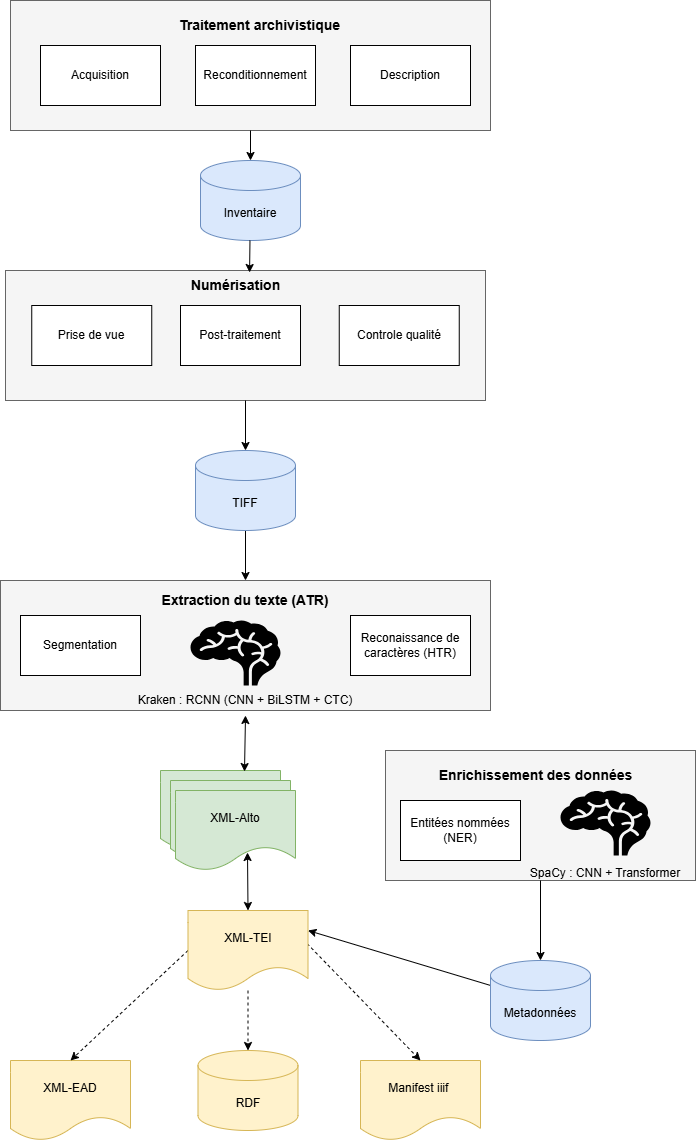
The draw.io diagram Processus/Processus.png in Raphix93/Projet_Frene, before a commit. Source tidied: cells renumbered, new cells last; positions are measured from the earlier drawing's top-left corner, leaving out a move shared by most shapes. Source of this version:
```xml
<mxGraphModel>
  <root>
    <mxCell id="0" />
    <mxCell id="1" parent="0" />
    <mxCell id="2" style="rounded=0;whiteSpace=wrap;html=1;fillColor=#f5f5f5;fontColor=#333333;strokeColor=#666666;" parent="1" vertex="1">
      <mxGeometry y="580" width="490" height="130" as="geometry" />
    </mxCell>
    <mxCell id="3" style="shape=document;whiteSpace=wrap;html=1;boundedLbl=1;fillColor=#d5e8d4;strokeColor=#82b366;" parent="1" vertex="1">
      <mxGeometry x="160" y="770" width="120" height="80" as="geometry" />
    </mxCell>
    <mxCell id="4" style="edgeStyle=none;html=1;exitX=0.5;exitY=1;exitDx=0;exitDy=0;exitPerimeter=0;entryX=0.5;entryY=0;entryDx=0;entryDy=0;" parent="1" edge="1" source="5" target="2">
      <mxGeometry relative="1" as="geometry" />
    </mxCell>
    <mxCell id="5" value="TIFF" style="shape=cylinder3;whiteSpace=wrap;html=1;boundedLbl=1;backgroundOutline=1;size=15;fillColor=#dae8fc;strokeColor=#6c8ebf;" parent="1" vertex="1">
      <mxGeometry x="195" y="450" width="100" height="80" as="geometry" />
    </mxCell>
    <mxCell id="6" value="Segmentation" style="rounded=0;whiteSpace=wrap;html=1;" parent="1" vertex="1">
      <mxGeometry x="20" y="615" width="120" height="60" as="geometry" />
    </mxCell>
    <mxCell id="7" value="Reconaissance de caractères (HTR)" style="rounded=0;whiteSpace=wrap;html=1;" parent="1" vertex="1">
      <mxGeometry x="350" y="615" width="120" height="60" as="geometry" />
    </mxCell>
    <mxCell id="8" style="shape=document;whiteSpace=wrap;html=1;boundedLbl=1;fillColor=#d5e8d4;strokeColor=#82b366;" parent="1" vertex="1">
      <mxGeometry x="170" y="780" width="120" height="80" as="geometry" />
    </mxCell>
    <mxCell id="9" value="XML-Alto" style="shape=document;whiteSpace=wrap;html=1;boundedLbl=1;fillColor=#d5e8d4;strokeColor=#82b366;" parent="1" vertex="1">
      <mxGeometry x="175" y="790" width="120" height="80" as="geometry" />
    </mxCell>
    <mxCell id="10" value="RDF" style="shape=cylinder3;whiteSpace=wrap;html=1;boundedLbl=1;backgroundOutline=1;size=15;fillColor=#fff2cc;strokeColor=#d6b656;" parent="1" vertex="1">
      <mxGeometry x="197.5" y="1050" width="100" height="80" as="geometry" />
    </mxCell>
    <mxCell id="11" value="XML-EAD" style="shape=document;whiteSpace=wrap;html=1;boundedLbl=1;fillColor=#fff2cc;strokeColor=#d6b656;" parent="1" vertex="1">
      <mxGeometry x="10" y="1060" width="120" height="80" as="geometry" />
    </mxCell>
    <mxCell id="12" value="Manifest iiif&amp;nbsp;" style="shape=document;whiteSpace=wrap;html=1;boundedLbl=1;fillColor=#fff2cc;strokeColor=#d6b656;" parent="1" vertex="1">
      <mxGeometry x="360" y="1060" width="120" height="80" as="geometry" />
    </mxCell>
    <mxCell id="13" value="&lt;b&gt;&lt;font style=&quot;font-size: 14px;&quot;&gt;Extraction du texte (ATR)&lt;/font&gt;&lt;/b&gt;" style="text;html=1;align=center;verticalAlign=middle;whiteSpace=wrap;rounded=0;" parent="1" vertex="1">
      <mxGeometry x="151.2" y="585" width="187.5" height="30" as="geometry" />
    </mxCell>
    <mxCell id="14" style="rounded=0;whiteSpace=wrap;html=1;fillColor=#f5f5f5;fontColor=#333333;strokeColor=#666666;" parent="1" vertex="1">
      <mxGeometry x="5" y="270" width="480" height="130" as="geometry" />
    </mxCell>
    <mxCell id="15" value="&lt;font style=&quot;font-size: 14px;&quot;&gt;&lt;b&gt;Numérisation&lt;/b&gt;&lt;/font&gt;" style="text;html=1;align=center;verticalAlign=middle;whiteSpace=wrap;rounded=0;" parent="1" vertex="1">
      <mxGeometry x="162.5" y="270" width="145" height="30" as="geometry" />
    </mxCell>
    <mxCell id="16" style="edgeStyle=none;html=1;entryX=0.5;entryY=0;entryDx=0;entryDy=0;dashed=1;exitX=0.992;exitY=0.413;exitDx=0;exitDy=0;exitPerimeter=0;" parent="1" edge="1" source="18" target="12">
      <mxGeometry relative="1" as="geometry" />
    </mxCell>
    <mxCell id="17" style="edgeStyle=none;html=1;exitX=0;exitY=0.5;exitDx=0;exitDy=0;entryX=0.5;entryY=0;entryDx=0;entryDy=0;dashed=1;" parent="1" edge="1" source="18" target="11">
      <mxGeometry relative="1" as="geometry" />
    </mxCell>
    <mxCell id="18" value="XML-TEI" style="shape=document;whiteSpace=wrap;html=1;boundedLbl=1;fillColor=#fff2cc;strokeColor=#d6b656;" parent="1" vertex="1">
      <mxGeometry x="187.5" y="910" width="120" height="80" as="geometry" />
    </mxCell>
    <mxCell id="19" style="rounded=0;whiteSpace=wrap;html=1;fillColor=#f5f5f5;fontColor=#333333;strokeColor=#666666;" parent="1" vertex="1">
      <mxGeometry x="10" width="480" height="130" as="geometry" />
    </mxCell>
    <mxCell id="20" value="Inventaire" style="shape=cylinder3;whiteSpace=wrap;html=1;boundedLbl=1;backgroundOutline=1;size=15;fillColor=#dae8fc;strokeColor=#6c8ebf;" parent="1" vertex="1">
      <mxGeometry x="200" y="160" width="100" height="80" as="geometry" />
    </mxCell>
    <mxCell id="21" value="&lt;b&gt;&lt;font style=&quot;font-size: 14px;&quot;&gt;Traitement archivistique&lt;/font&gt;&lt;/b&gt;" style="text;html=1;align=center;verticalAlign=middle;whiteSpace=wrap;rounded=0;" parent="1" vertex="1">
      <mxGeometry x="167.5" y="10" width="182.5" height="30" as="geometry" />
    </mxCell>
    <mxCell id="22" style="edgeStyle=none;html=1;entryX=0.5;entryY=0;entryDx=0;entryDy=0;entryPerimeter=0;dashed=1;" parent="1" edge="1" source="18" target="10">
      <mxGeometry relative="1" as="geometry" />
    </mxCell>
    <mxCell id="23" value="Prise de vue" style="rounded=0;whiteSpace=wrap;html=1;" parent="1" vertex="1">
      <mxGeometry x="31.2" y="305" width="120" height="60" as="geometry" />
    </mxCell>
    <mxCell id="24" value="Post-traitement" style="rounded=0;whiteSpace=wrap;html=1;" parent="1" vertex="1">
      <mxGeometry x="180" y="305" width="120" height="60" as="geometry" />
    </mxCell>
    <mxCell id="25" value="Controle qualité" style="rounded=0;whiteSpace=wrap;html=1;" parent="1" vertex="1">
      <mxGeometry x="338.8" y="305" width="120" height="60" as="geometry" />
    </mxCell>
    <mxCell id="26" value="Acquisition" style="rounded=0;whiteSpace=wrap;html=1;" parent="1" vertex="1">
      <mxGeometry x="40" y="45" width="120" height="60" as="geometry" />
    </mxCell>
    <mxCell id="27" style="edgeStyle=none;html=1;entryX=1;entryY=0.25;entryDx=0;entryDy=0;" parent="1" edge="1" source="28" target="18">
      <mxGeometry relative="1" as="geometry" />
    </mxCell>
    <mxCell id="28" value="Metadonnées" style="shape=cylinder3;whiteSpace=wrap;html=1;boundedLbl=1;backgroundOutline=1;size=15;fillColor=#dae8fc;strokeColor=#6c8ebf;" parent="1" vertex="1">
      <mxGeometry x="490" y="960" width="100" height="80" as="geometry" />
    </mxCell>
    <mxCell id="29" style="rounded=0;whiteSpace=wrap;html=1;fillColor=#f5f5f5;fontColor=#333333;strokeColor=#666666;" parent="1" vertex="1">
      <mxGeometry x="385" y="750" width="310" height="130" as="geometry" />
    </mxCell>
    <mxCell id="30" value="&lt;b&gt;&lt;font style=&quot;font-size: 14px;&quot;&gt;Enrichissement des données&lt;/font&gt;&lt;/b&gt;" style="text;html=1;align=center;verticalAlign=middle;whiteSpace=wrap;rounded=0;" parent="1" vertex="1">
      <mxGeometry x="435.6" y="760" width="198.8" height="30" as="geometry" />
    </mxCell>
    <mxCell id="31" value="Entitées nommées (NER)" style="rounded=0;whiteSpace=wrap;html=1;" parent="1" vertex="1">
      <mxGeometry x="400" y="800" width="120" height="60" as="geometry" />
    </mxCell>
    <mxCell id="32" style="shape=mxgraph.signs.healthcare.brain;html=1;fillColor=#000000;strokeColor=none;verticalLabelPosition=bottom;verticalAlign=top;align=center;sketch=0;" parent="1" vertex="1">
      <mxGeometry x="560" y="790" width="90" height="65" as="geometry" />
    </mxCell>
    <mxCell id="33" style="shape=mxgraph.signs.healthcare.brain;html=1;fillColor=#000000;strokeColor=none;verticalLabelPosition=bottom;verticalAlign=top;align=center;sketch=0;" parent="1" vertex="1">
      <mxGeometry x="190" y="620" width="90" height="65" as="geometry" />
    </mxCell>
    <mxCell id="34" value="Kraken : RCNN (CNN + BiLSTM + CTC)" style="text;html=1;align=center;verticalAlign=middle;whiteSpace=wrap;rounded=0;" parent="1" vertex="1">
      <mxGeometry x="130" y="685" width="230" height="30" as="geometry" />
    </mxCell>
    <mxCell id="35" value="SpaCy : CNN + Transformer" style="text;html=1;align=center;verticalAlign=middle;whiteSpace=wrap;rounded=0;" parent="1" vertex="1">
      <mxGeometry x="520" y="860" width="170" height="25" as="geometry" />
    </mxCell>
    <mxCell id="36" value="Reconditionnement" style="rounded=0;whiteSpace=wrap;html=1;" parent="1" vertex="1">
      <mxGeometry x="195" y="45" width="120" height="60" as="geometry" />
    </mxCell>
    <mxCell id="37" value="Description" style="rounded=0;whiteSpace=wrap;html=1;" parent="1" vertex="1">
      <mxGeometry x="350" y="45" width="120" height="60" as="geometry" />
    </mxCell>
    <mxCell id="38" style="edgeStyle=none;html=1;entryX=0.5;entryY=0;entryDx=0;entryDy=0;entryPerimeter=0;" parent="1" edge="1" source="29" target="28">
      <mxGeometry relative="1" as="geometry" />
    </mxCell>
    <mxCell id="39" style="edgeStyle=none;html=1;entryX=0.5;entryY=0;entryDx=0;entryDy=0;entryPerimeter=0;" parent="1" edge="1" source="14" target="5">
      <mxGeometry relative="1" as="geometry" />
    </mxCell>
    <mxCell id="40" style="edgeStyle=none;html=1;entryX=0.597;entryY=0.067;entryDx=0;entryDy=0;entryPerimeter=0;" parent="1" edge="1" source="20" target="15">
      <mxGeometry relative="1" as="geometry" />
    </mxCell>
    <mxCell id="41" style="edgeStyle=none;html=1;entryX=0.5;entryY=0;entryDx=0;entryDy=0;entryPerimeter=0;" parent="1" edge="1" source="19" target="20">
      <mxGeometry relative="1" as="geometry" />
    </mxCell>
    <mxCell id="42" style="endArrow=classic;startArrow=classic;html=1;entryX=0.6;entryY=0.775;entryDx=0;entryDy=0;entryPerimeter=0;exitX=0.5;exitY=0;exitDx=0;exitDy=0;" parent="1" edge="1" source="18" target="9">
      <mxGeometry relative="1" as="geometry" />
    </mxCell>
    <mxCell id="43" style="endArrow=classic;startArrow=classic;html=1;entryX=0.5;entryY=1;entryDx=0;entryDy=0;exitX=0.7;exitY=0.013;exitDx=0;exitDy=0;exitPerimeter=0;" parent="1" edge="1" source="3" target="34">
      <mxGeometry relative="1" as="geometry" />
    </mxCell>
  </root>
</mxGraphModel>
```
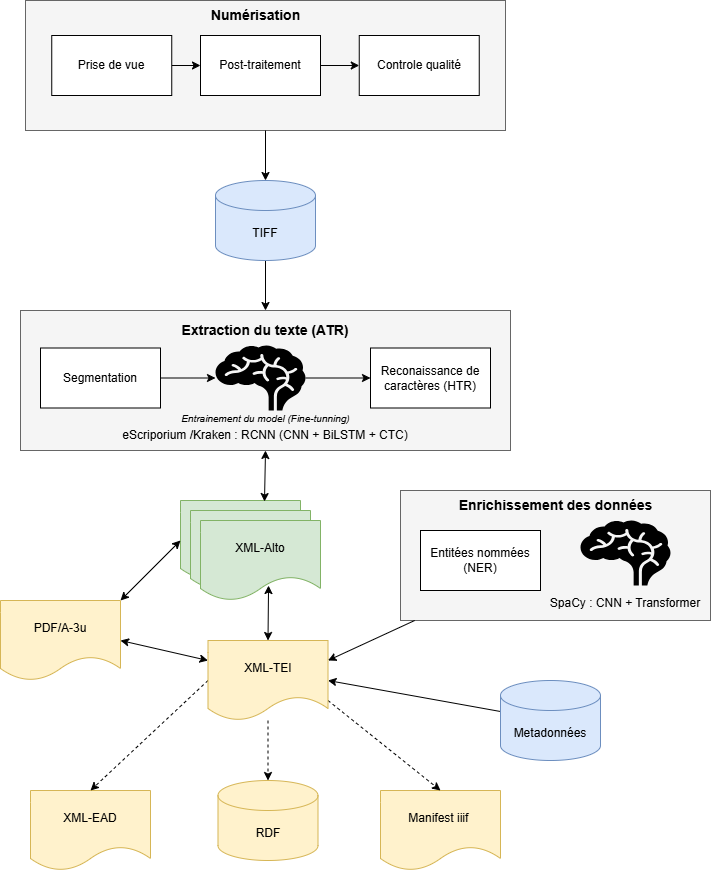
Above is the later version.

What changed in the source:
```diff
@@ -3,7 +3,7 @@
     <mxCell id="0" />
     <mxCell id="1" parent="0" />
     <mxCell id="2" style="rounded=0;whiteSpace=wrap;html=1;fillColor=#f5f5f5;fontColor=#333333;strokeColor=#666666;" parent="1" vertex="1">
-      <mxGeometry y="580" width="490" height="130" as="geometry" />
+      <mxGeometry y="580" width="490" height="140" as="geometry" />
     </mxCell>
     <mxCell id="3" style="shape=document;whiteSpace=wrap;html=1;boundedLbl=1;fillColor=#d5e8d4;strokeColor=#82b366;" parent="1" vertex="1">
       <mxGeometry x="160" y="770" width="120" height="80" as="geometry" />
@@ -14,17 +14,20 @@
     <mxCell id="5" value="TIFF" style="shape=cylinder3;whiteSpace=wrap;html=1;boundedLbl=1;backgroundOutline=1;size=15;fillColor=#dae8fc;strokeColor=#6c8ebf;" parent="1" vertex="1">
       <mxGeometry x="195" y="450" width="100" height="80" as="geometry" />
     </mxCell>
+    <mxCell id="44" style="edgeStyle=none;html=1;" parent="1" edge="1" source="6" target="33">
+      <mxGeometry relative="1" as="geometry" />
+    </mxCell>
     <mxCell id="6" value="Segmentation" style="rounded=0;whiteSpace=wrap;html=1;" parent="1" vertex="1">
-      <mxGeometry x="20" y="615" width="120" height="60" as="geometry" />
+      <mxGeometry x="20" y="617.5" width="120" height="60" as="geometry" />
     </mxCell>
     <mxCell id="7" value="Reconaissance de caractères (HTR)" style="rounded=0;whiteSpace=wrap;html=1;" parent="1" vertex="1">
-      <mxGeometry x="350" y="615" width="120" height="60" as="geometry" />
+      <mxGeometry x="350" y="617.5" width="120" height="60" as="geometry" />
     </mxCell>
     <mxCell id="8" style="shape=document;whiteSpace=wrap;html=1;boundedLbl=1;fillColor=#d5e8d4;strokeColor=#82b366;" parent="1" vertex="1">
       <mxGeometry x="170" y="780" width="120" height="80" as="geometry" />
     </mxCell>
     <mxCell id="9" value="XML-Alto" style="shape=document;whiteSpace=wrap;html=1;boundedLbl=1;fillColor=#d5e8d4;strokeColor=#82b366;" parent="1" vertex="1">
-      <mxGeometry x="175" y="790" width="120" height="80" as="geometry" />
+      <mxGeometry x="180" y="790" width="120" height="80" as="geometry" />
     </mxCell>
     <mxCell id="10" value="RDF" style="shape=cylinder3;whiteSpace=wrap;html=1;boundedLbl=1;backgroundOutline=1;size=15;fillColor=#fff2cc;strokeColor=#d6b656;" parent="1" vertex="1">
       <mxGeometry x="197.5" y="1050" width="100" height="80" as="geometry" />
@@ -44,7 +47,7 @@
     <mxCell id="15" value="&lt;font style=&quot;font-size: 14px;&quot;&gt;&lt;b&gt;Numérisation&lt;/b&gt;&lt;/font&gt;" style="text;html=1;align=center;verticalAlign=middle;whiteSpace=wrap;rounded=0;" parent="1" vertex="1">
       <mxGeometry x="162.5" y="270" width="145" height="30" as="geometry" />
     </mxCell>
-    <mxCell id="16" style="edgeStyle=none;html=1;entryX=0.5;entryY=0;entryDx=0;entryDy=0;dashed=1;exitX=0.992;exitY=0.413;exitDx=0;exitDy=0;exitPerimeter=0;" parent="1" edge="1" source="18" target="12">
+    <mxCell id="16" style="edgeStyle=none;html=1;entryX=0.5;entryY=0;entryDx=0;entryDy=0;dashed=1;exitX=1;exitY=0.75;exitDx=0;exitDy=0;" parent="1" edge="1" source="18" target="12">
       <mxGeometry relative="1" as="geometry" />
     </mxCell>
     <mxCell id="17" style="edgeStyle=none;html=1;exitX=0;exitY=0.5;exitDx=0;exitDy=0;entryX=0.5;entryY=0;entryDx=0;entryDy=0;dashed=1;" parent="1" edge="1" source="18" target="11">
@@ -53,38 +56,32 @@
     <mxCell id="18" value="XML-TEI" style="shape=document;whiteSpace=wrap;html=1;boundedLbl=1;fillColor=#fff2cc;strokeColor=#d6b656;" parent="1" vertex="1">
       <mxGeometry x="187.5" y="910" width="120" height="80" as="geometry" />
     </mxCell>
-    <mxCell id="19" style="rounded=0;whiteSpace=wrap;html=1;fillColor=#f5f5f5;fontColor=#333333;strokeColor=#666666;" parent="1" vertex="1">
-      <mxGeometry x="10" width="480" height="130" as="geometry" />
-    </mxCell>
-    <mxCell id="20" value="Inventaire" style="shape=cylinder3;whiteSpace=wrap;html=1;boundedLbl=1;backgroundOutline=1;size=15;fillColor=#dae8fc;strokeColor=#6c8ebf;" parent="1" vertex="1">
-      <mxGeometry x="200" y="160" width="100" height="80" as="geometry" />
-    </mxCell>
-    <mxCell id="21" value="&lt;b&gt;&lt;font style=&quot;font-size: 14px;&quot;&gt;Traitement archivistique&lt;/font&gt;&lt;/b&gt;" style="text;html=1;align=center;verticalAlign=middle;whiteSpace=wrap;rounded=0;" parent="1" vertex="1">
-      <mxGeometry x="167.5" y="10" width="182.5" height="30" as="geometry" />
-    </mxCell>
     <mxCell id="22" style="edgeStyle=none;html=1;entryX=0.5;entryY=0;entryDx=0;entryDy=0;entryPerimeter=0;dashed=1;" parent="1" edge="1" source="18" target="10">
       <mxGeometry relative="1" as="geometry" />
     </mxCell>
+    <mxCell id="45" style="edgeStyle=none;html=1;" parent="1" edge="1" source="23" target="24">
+      <mxGeometry relative="1" as="geometry" />
+    </mxCell>
     <mxCell id="23" value="Prise de vue" style="rounded=0;whiteSpace=wrap;html=1;" parent="1" vertex="1">
       <mxGeometry x="31.2" y="305" width="120" height="60" as="geometry" />
     </mxCell>
+    <mxCell id="46" style="edgeStyle=none;html=1;" parent="1" edge="1" source="24" target="25">
+      <mxGeometry relative="1" as="geometry" />
+    </mxCell>
     <mxCell id="24" value="Post-traitement" style="rounded=0;whiteSpace=wrap;html=1;" parent="1" vertex="1">
       <mxGeometry x="180" y="305" width="120" height="60" as="geometry" />
     </mxCell>
     <mxCell id="25" value="Controle qualité" style="rounded=0;whiteSpace=wrap;html=1;" parent="1" vertex="1">
       <mxGeometry x="338.8" y="305" width="120" height="60" as="geometry" />
     </mxCell>
-    <mxCell id="26" value="Acquisition" style="rounded=0;whiteSpace=wrap;html=1;" parent="1" vertex="1">
-      <mxGeometry x="40" y="45" width="120" height="60" as="geometry" />
-    </mxCell>
-    <mxCell id="27" style="edgeStyle=none;html=1;entryX=1;entryY=0.25;entryDx=0;entryDy=0;" parent="1" edge="1" source="28" target="18">
+    <mxCell id="27" style="edgeStyle=none;html=1;entryX=1;entryY=0.5;entryDx=0;entryDy=0;" parent="1" edge="1" source="28" target="18">
       <mxGeometry relative="1" as="geometry" />
     </mxCell>
     <mxCell id="28" value="Metadonnées" style="shape=cylinder3;whiteSpace=wrap;html=1;boundedLbl=1;backgroundOutline=1;size=15;fillColor=#dae8fc;strokeColor=#6c8ebf;" parent="1" vertex="1">
-      <mxGeometry x="490" y="960" width="100" height="80" as="geometry" />
+      <mxGeometry x="480" y="950" width="100" height="80" as="geometry" />
     </mxCell>
     <mxCell id="29" style="rounded=0;whiteSpace=wrap;html=1;fillColor=#f5f5f5;fontColor=#333333;strokeColor=#666666;" parent="1" vertex="1">
-      <mxGeometry x="385" y="750" width="310" height="130" as="geometry" />
+      <mxGeometry x="380" y="760" width="310" height="130" as="geometry" />
     </mxCell>
     <mxCell id="30" value="&lt;b&gt;&lt;font style=&quot;font-size: 14px;&quot;&gt;Enrichissement des données&lt;/font&gt;&lt;/b&gt;" style="text;html=1;align=center;verticalAlign=middle;whiteSpace=wrap;rounded=0;" parent="1" vertex="1">
       <mxGeometry x="435.6" y="760" width="198.8" height="30" as="geometry" />
@@ -95,38 +92,43 @@
     <mxCell id="32" style="shape=mxgraph.signs.healthcare.brain;html=1;fillColor=#000000;strokeColor=none;verticalLabelPosition=bottom;verticalAlign=top;align=center;sketch=0;" parent="1" vertex="1">
       <mxGeometry x="560" y="790" width="90" height="65" as="geometry" />
     </mxCell>
+    <mxCell id="47" style="edgeStyle=none;html=1;" parent="1" edge="1" source="33" target="7">
+      <mxGeometry relative="1" as="geometry" />
+    </mxCell>
     <mxCell id="33" style="shape=mxgraph.signs.healthcare.brain;html=1;fillColor=#000000;strokeColor=none;verticalLabelPosition=bottom;verticalAlign=top;align=center;sketch=0;" parent="1" vertex="1">
-      <mxGeometry x="190" y="620" width="90" height="65" as="geometry" />
+      <mxGeometry x="195" y="615" width="90" height="65" as="geometry" />
     </mxCell>
-    <mxCell id="34" value="Kraken : RCNN (CNN + BiLSTM + CTC)" style="text;html=1;align=center;verticalAlign=middle;whiteSpace=wrap;rounded=0;" parent="1" vertex="1">
-      <mxGeometry x="130" y="685" width="230" height="30" as="geometry" />
+    <mxCell id="34" value="eScriporium /Kraken : RCNN (CNN + BiLSTM + CTC)" style="text;html=1;align=center;verticalAlign=middle;whiteSpace=wrap;rounded=0;" parent="1" vertex="1">
+      <mxGeometry x="95" y="690" width="300" height="30" as="geometry" />
     </mxCell>
     <mxCell id="35" value="SpaCy : CNN + Transformer" style="text;html=1;align=center;verticalAlign=middle;whiteSpace=wrap;rounded=0;" parent="1" vertex="1">
       <mxGeometry x="520" y="860" width="170" height="25" as="geometry" />
     </mxCell>
-    <mxCell id="36" value="Reconditionnement" style="rounded=0;whiteSpace=wrap;html=1;" parent="1" vertex="1">
-      <mxGeometry x="195" y="45" width="120" height="60" as="geometry" />
-    </mxCell>
-    <mxCell id="37" value="Description" style="rounded=0;whiteSpace=wrap;html=1;" parent="1" vertex="1">
-      <mxGeometry x="350" y="45" width="120" height="60" as="geometry" />
-    </mxCell>
-    <mxCell id="38" style="edgeStyle=none;html=1;entryX=0.5;entryY=0;entryDx=0;entryDy=0;entryPerimeter=0;" parent="1" edge="1" source="29" target="28">
+    <mxCell id="38" style="edgeStyle=none;html=1;entryX=1;entryY=0.25;entryDx=0;entryDy=0;" parent="1" edge="1" source="29" target="18">
       <mxGeometry relative="1" as="geometry" />
     </mxCell>
     <mxCell id="39" style="edgeStyle=none;html=1;entryX=0.5;entryY=0;entryDx=0;entryDy=0;entryPerimeter=0;" parent="1" edge="1" source="14" target="5">
       <mxGeometry relative="1" as="geometry" />
     </mxCell>
-    <mxCell id="40" style="edgeStyle=none;html=1;entryX=0.597;entryY=0.067;entryDx=0;entryDy=0;entryPerimeter=0;" parent="1" edge="1" source="20" target="15">
-      <mxGeometry relative="1" as="geometry" />
-    </mxCell>
-    <mxCell id="41" style="edgeStyle=none;html=1;entryX=0.5;entryY=0;entryDx=0;entryDy=0;entryPerimeter=0;" parent="1" edge="1" source="19" target="20">
-      <mxGeometry relative="1" as="geometry" />
-    </mxCell>
-    <mxCell id="42" style="endArrow=classic;startArrow=classic;html=1;entryX=0.6;entryY=0.775;entryDx=0;entryDy=0;entryPerimeter=0;exitX=0.5;exitY=0;exitDx=0;exitDy=0;" parent="1" edge="1" source="18" target="9">
+    <mxCell id="42" style="endArrow=classic;startArrow=classic;html=1;entryX=0.567;entryY=0.813;entryDx=0;entryDy=0;entryPerimeter=0;exitX=0.5;exitY=0;exitDx=0;exitDy=0;" parent="1" edge="1" source="18" target="9">
       <mxGeometry relative="1" as="geometry" />
     </mxCell>
-    <mxCell id="43" style="endArrow=classic;startArrow=classic;html=1;entryX=0.5;entryY=1;entryDx=0;entryDy=0;exitX=0.7;exitY=0.013;exitDx=0;exitDy=0;exitPerimeter=0;" parent="1" edge="1" source="3" target="34">
-      <mxGeometry relative="1" as="geometry" />
+    <mxCell id="43" style="endArrow=classic;startArrow=classic;html=1;exitX=0.7;exitY=0.013;exitDx=0;exitDy=0;exitPerimeter=0;" parent="1" edge="1" source="3">
+      <mxGeometry relative="1" as="geometry">
+        <mxPoint x="245" y="720" as="targetPoint" />
+      </mxGeometry>
     </mxCell>
+    <mxCell id="48" value="PDF/A-3u" style="shape=document;whiteSpace=wrap;html=1;boundedLbl=1;fillColor=#fff2cc;strokeColor=#d6b656;" parent="1" vertex="1">
+      <mxGeometry x="-20" y="870" width="120" height="80" as="geometry" />
+    </mxCell>
+    <mxCell id="49" style="endArrow=classic;startArrow=classic;html=1;entryX=0;entryY=0.5;entryDx=0;entryDy=0;exitX=1;exitY=0;exitDx=0;exitDy=0;exitPerimeter=0;" parent="1" edge="1" source="48" target="3">
+      <mxGeometry relative="1" as="geometry" />
+    </mxCell>
+    <mxCell id="50" style="endArrow=classic;startArrow=classic;html=1;entryX=0;entryY=0.25;entryDx=0;entryDy=0;exitX=1;exitY=0.5;exitDx=0;exitDy=0;" parent="1" edge="1" source="48" target="18">
+      <mxGeometry relative="1" as="geometry" />
+    </mxCell>
+    <mxCell id="51" value="&lt;font style=&quot;font-size: 10px;&quot;&gt;&lt;i&gt;Entrainement du model (Fine-tunning)&lt;/i&gt;&lt;/font&gt;" style="text;html=1;align=center;verticalAlign=middle;whiteSpace=wrap;rounded=0;" parent="1" vertex="1">
+      <mxGeometry x="122.5" y="680" width="245" height="15" as="geometry" />
+    </mxCell>
   </root>
 </mxGraphModel>
```
